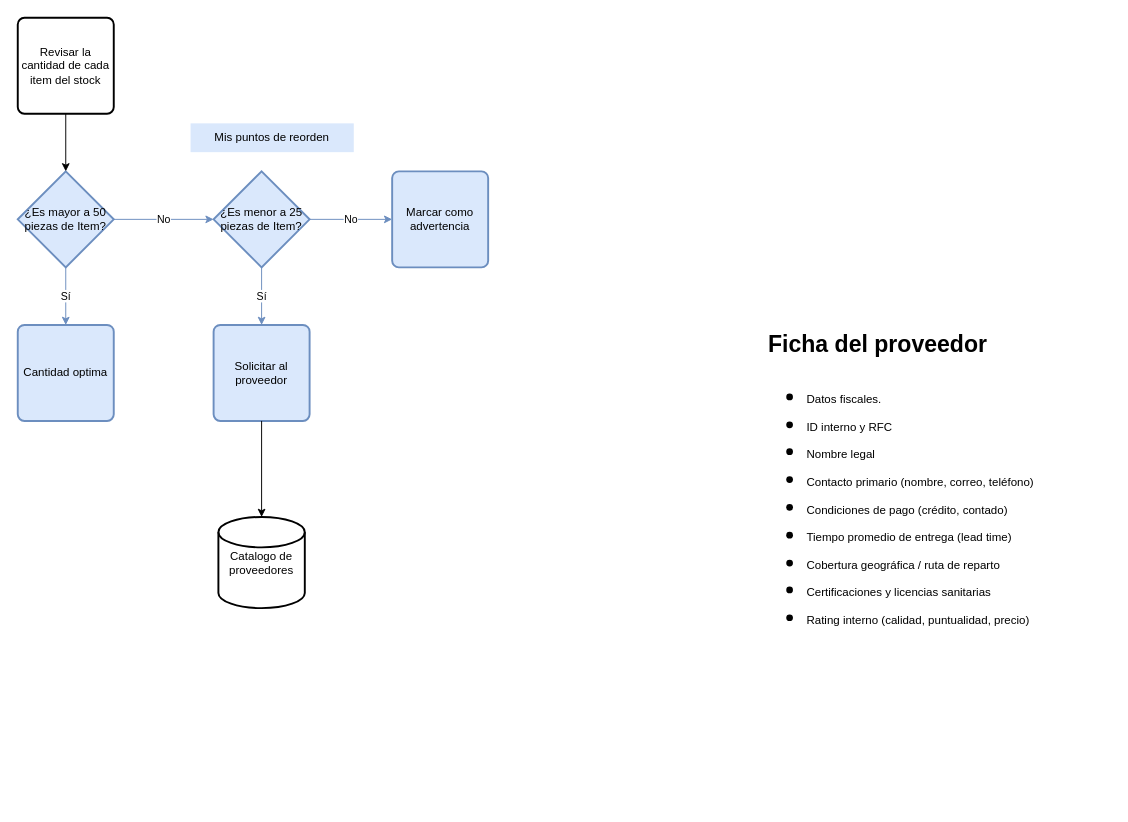
Before: Módulo_Proceso_7.drawio in said-tj/Diagramas_de_flujo, a draw.io diagram. Source tidied: cells renumbered, new cells numbered last; positions are measured from the earlier drawing's top-left corner, leaving out a move shared by most shapes. Both pictures are drawn from the tidied source at 96%, with x=0, y=0 at pixel (17, 17).
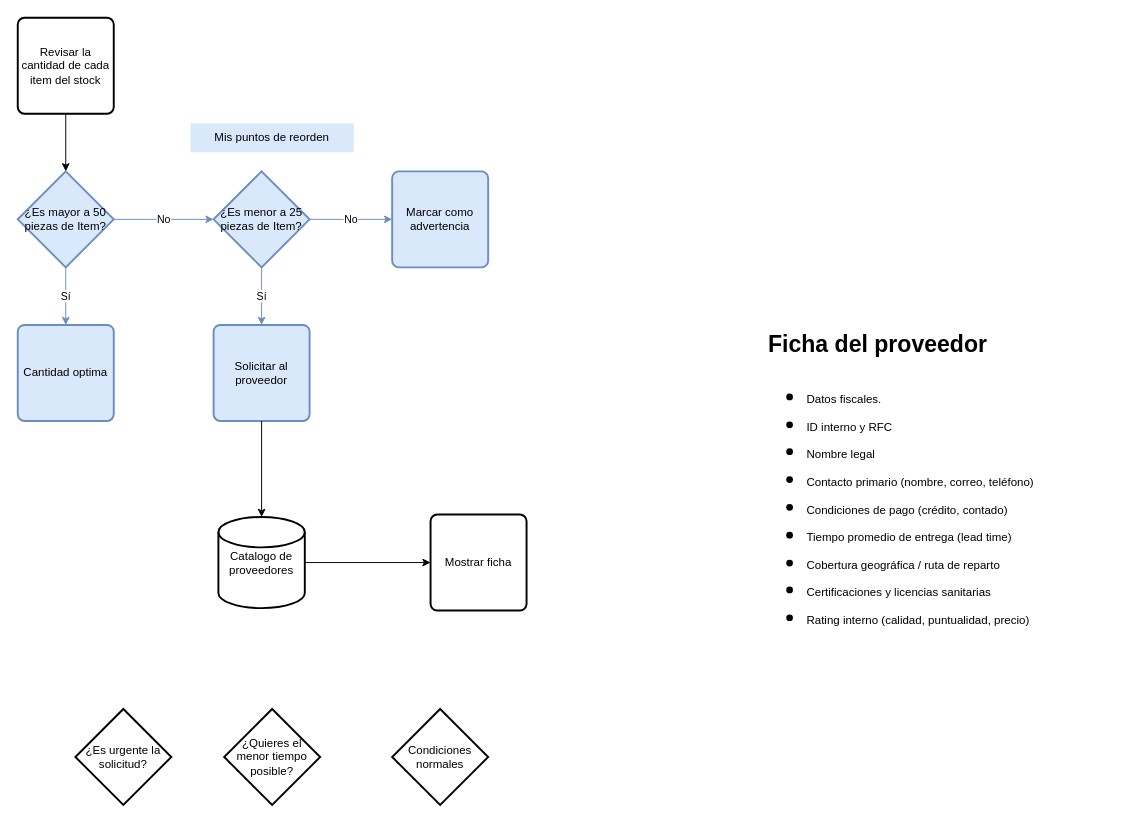
The same diagram, later.

Commit message:
Cambios en el proceso 7

Unchanged cells that the change refers to:
```xml
<mxCell id="14" value="Catalogo de proveedores" style="strokeWidth=2;html=1;shape=mxgraph.flowchart.database;whiteSpace=wrap;" parent="1" vertex="1">
  <mxGeometry x="209" y="520" width="90" height="95" as="geometry" />
</mxCell>
```

Change to the diagram source:
```diff
@@
+    <mxCell id="17" style="edgeStyle=orthogonalEdgeStyle;rounded=0;jettySize=auto;html=1;exitX=1;exitY=0.5;exitDx=0;exitDy=0;exitPerimeter=0;entryX=0;entryY=0.5;entryDx=0;entryDy=0;" parent="1" edge="1" source="14" target="18">
+      <mxGeometry relative="1" as="geometry" />
+    </mxCell>
@@
+    <mxCell id="18" value="Mostrar ficha" style="rounded=1;whiteSpace=wrap;html=1;absoluteArcSize=1;arcSize=14;strokeWidth=2;" parent="1" vertex="1">
+      <mxGeometry x="430" y="517.5" width="100" height="100" as="geometry" />
+    </mxCell>
+    <mxCell id="19" value="¿Es urgente la solicitud?" style="strokeWidth=2;html=1;shape=mxgraph.flowchart.decision;whiteSpace=wrap;" parent="1" vertex="1">
+      <mxGeometry x="60" y="720" width="100" height="100" as="geometry" />
+    </mxCell>
+    <mxCell id="20" value="¿Quieres el menor tiempo posible?" style="strokeWidth=2;html=1;shape=mxgraph.flowchart.decision;whiteSpace=wrap;" parent="1" vertex="1">
+      <mxGeometry x="215" y="720" width="100" height="100" as="geometry" />
+    </mxCell>
+    <mxCell id="21" value="Condiciones normales" style="strokeWidth=2;html=1;shape=mxgraph.flowchart.decision;whiteSpace=wrap;" parent="1" vertex="1">
+      <mxGeometry x="390" y="720" width="100" height="100" as="geometry" />
+    </mxCell>
```
